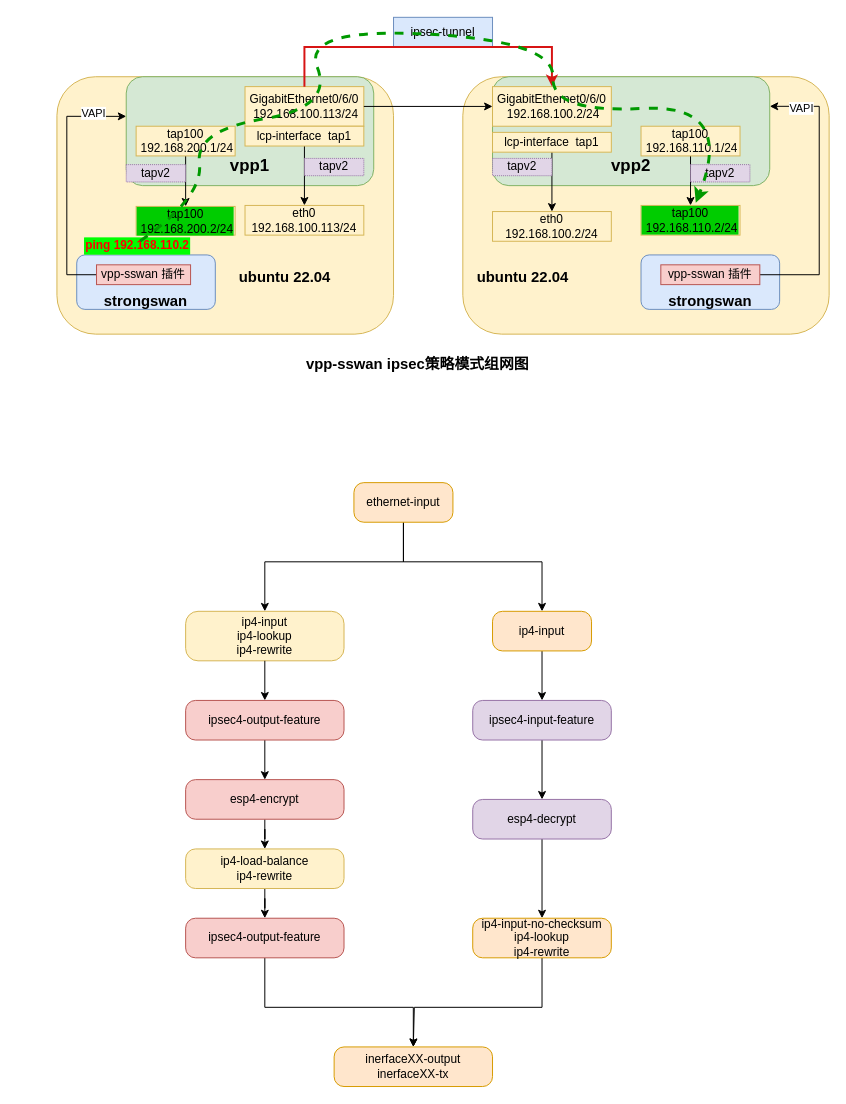
This is new_map/strongswan-vpp.drawio from jin13417/dpdk-vpp-learning, a draw.io file, before an edit. Source tidied: cells renumbered, new cells numbered last; positions are measured from the earlier drawing's top-left corner, leaving out a move shared by most shapes. Both pictures are drawn from the tidied source at 99%, with x=0, y=0 at pixel (56, 17).
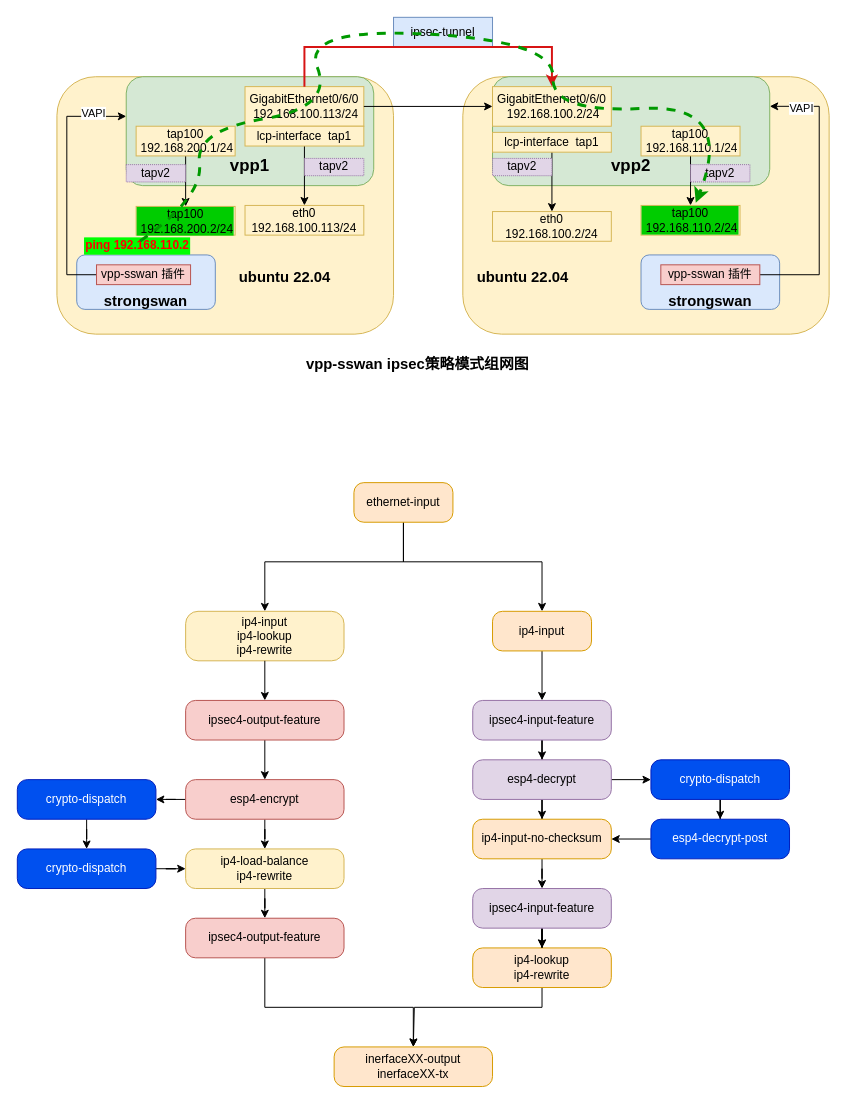
The same diagram, later.

The change refers to these unchanged cells:
```xml
<mxCell id="46" value="esp4-encrypt" style="rounded=1;whiteSpace=wrap;html=1;arcSize=25;fillColor=#f8cecc;strokeColor=#b85450;" parent="1" vertex="1">
  <mxGeometry x="130" y="770" width="160" height="40" as="geometry" />
</mxCell>
<mxCell id="48" value="ip4-load-balance&lt;br&gt;ip4-rewrite" style="rounded=1;whiteSpace=wrap;html=1;arcSize=25;fillColor=#fff2cc;strokeColor=#d6b656;" parent="1" vertex="1">
  <mxGeometry x="130" y="840" width="160" height="40" as="geometry" />
</mxCell>
```

Change to the diagram source:
```diff
@@
+    <mxCell id="60" style="edgeStyle=orthogonalEdgeStyle;rounded=0;jettySize=auto;html=1;" parent="1" edge="1" source="46" target="72">
+      <mxGeometry relative="1" as="geometry" />
+    </mxCell>
@@
-    <mxCell id="56" style="edgeStyle=orthogonalEdgeStyle;rounded=0;jettySize=auto;html=1;" parent="1" edge="1" source="57" target="59">
+    <mxCell id="56" style="edgeStyle=orthogonalEdgeStyle;rounded=0;jettySize=auto;html=1;exitX=0.5;exitY=1;exitDx=0;exitDy=0;" parent="1" edge="1" source="70" target="59">
       <mxGeometry relative="1" as="geometry" />
     </mxCell>
+    <mxCell id="61" style="edgeStyle=orthogonalEdgeStyle;rounded=0;jettySize=auto;html=1;exitX=1;exitY=0.5;exitDx=0;exitDy=0;entryX=0;entryY=0.5;entryDx=0;entryDy=0;" parent="1" edge="1" source="57" target="64">
+      <mxGeometry relative="1" as="geometry" />
+    </mxCell>
+    <mxCell id="62" style="edgeStyle=orthogonalEdgeStyle;rounded=0;jettySize=auto;html=1;" parent="1" edge="1" source="57" target="68">
+      <mxGeometry relative="1" as="geometry" />
+    </mxCell>
     <mxCell id="57" value="esp4-decrypt" style="rounded=1;whiteSpace=wrap;html=1;arcSize=25;fillColor=#e1d5e7;strokeColor=#9673a6;" parent="1" vertex="1">
-      <mxGeometry x="420" y="790" width="140" height="40" as="geometry" />
+      <mxGeometry x="420" y="750" width="140" height="40" as="geometry" />
     </mxCell>
@@
-    <mxCell id="59" value="ip4-input-no-checksum&lt;br&gt;ip4-lookup&lt;br&gt;ip4-rewrite" style="rounded=1;whiteSpace=wrap;html=1;arcSize=25;fillColor=#ffe6cc;strokeColor=#d79b00;" parent="1" vertex="1">
-      <mxGeometry x="420" y="910" width="140" height="40" as="geometry" />
+    <mxCell id="59" value="ip4-lookup&lt;br&gt;ip4-rewrite" style="rounded=1;whiteSpace=wrap;html=1;arcSize=25;fillColor=#ffe6cc;strokeColor=#d79b00;" parent="1" vertex="1">
+      <mxGeometry x="420" y="940" width="140" height="40" as="geometry" />
     </mxCell>
+    <mxCell id="63" style="edgeStyle=orthogonalEdgeStyle;rounded=0;jettySize=auto;html=1;" parent="1" edge="1" source="64" target="66">
+      <mxGeometry relative="1" as="geometry" />
+    </mxCell>
+    <mxCell id="64" value="crypto-dispatch" style="rounded=1;whiteSpace=wrap;html=1;arcSize=25;fillColor=#0050ef;strokeColor=#001DBC;fontColor=#ffffff;" parent="1" vertex="1">
+      <mxGeometry x="600" y="750" width="140" height="40" as="geometry" />
+    </mxCell>
+    <mxCell id="65" style="edgeStyle=orthogonalEdgeStyle;rounded=0;jettySize=auto;html=1;" parent="1" edge="1" source="66" target="68">
+      <mxGeometry relative="1" as="geometry" />
+    </mxCell>
+    <mxCell id="66" value="esp4-decrypt-post" style="rounded=1;whiteSpace=wrap;html=1;arcSize=25;fillColor=#0050ef;strokeColor=#001DBC;fontColor=#ffffff;" parent="1" vertex="1">
+      <mxGeometry x="600" y="810" width="140" height="40" as="geometry" />
+    </mxCell>
+    <mxCell id="67" style="edgeStyle=orthogonalEdgeStyle;rounded=0;jettySize=auto;html=1;" parent="1" edge="1" source="68" target="70">
+      <mxGeometry relative="1" as="geometry" />
+    </mxCell>
+    <mxCell id="68" value="ip4-input-no-checksum" style="rounded=1;whiteSpace=wrap;html=1;arcSize=25;fillColor=#ffe6cc;strokeColor=#d79b00;" parent="1" vertex="1">
+      <mxGeometry x="420" y="810" width="140" height="40" as="geometry" />
+    </mxCell>
+    <mxCell id="69" style="edgeStyle=orthogonalEdgeStyle;rounded=0;jettySize=auto;html=1;" parent="1" edge="1" source="70" target="59">
+      <mxGeometry relative="1" as="geometry" />
+    </mxCell>
+    <mxCell id="70" value="ipsec4-input-feature" style="rounded=1;whiteSpace=wrap;html=1;arcSize=25;fillColor=#e1d5e7;strokeColor=#9673a6;" parent="1" vertex="1">
+      <mxGeometry x="420" y="880" width="140" height="40" as="geometry" />
+    </mxCell>
+    <mxCell id="71" style="edgeStyle=orthogonalEdgeStyle;rounded=0;jettySize=auto;html=1;" parent="1" edge="1" source="72" target="74">
+      <mxGeometry relative="1" as="geometry" />
+    </mxCell>
+    <mxCell id="72" value="crypto-dispatch" style="rounded=1;whiteSpace=wrap;html=1;arcSize=25;fillColor=#0050ef;strokeColor=#001DBC;fontColor=#ffffff;" parent="1" vertex="1">
+      <mxGeometry x="-40" y="770" width="140" height="40" as="geometry" />
+    </mxCell>
+    <mxCell id="73" style="edgeStyle=orthogonalEdgeStyle;rounded=0;jettySize=auto;html=1;" parent="1" edge="1" source="74" target="48">
+      <mxGeometry relative="1" as="geometry" />
+    </mxCell>
+    <mxCell id="74" value="crypto-dispatch" style="rounded=1;whiteSpace=wrap;html=1;arcSize=25;fillColor=#0050ef;strokeColor=#001DBC;fontColor=#ffffff;" parent="1" vertex="1">
+      <mxGeometry x="-40" y="840" width="140" height="40" as="geometry" />
+    </mxCell>
```
